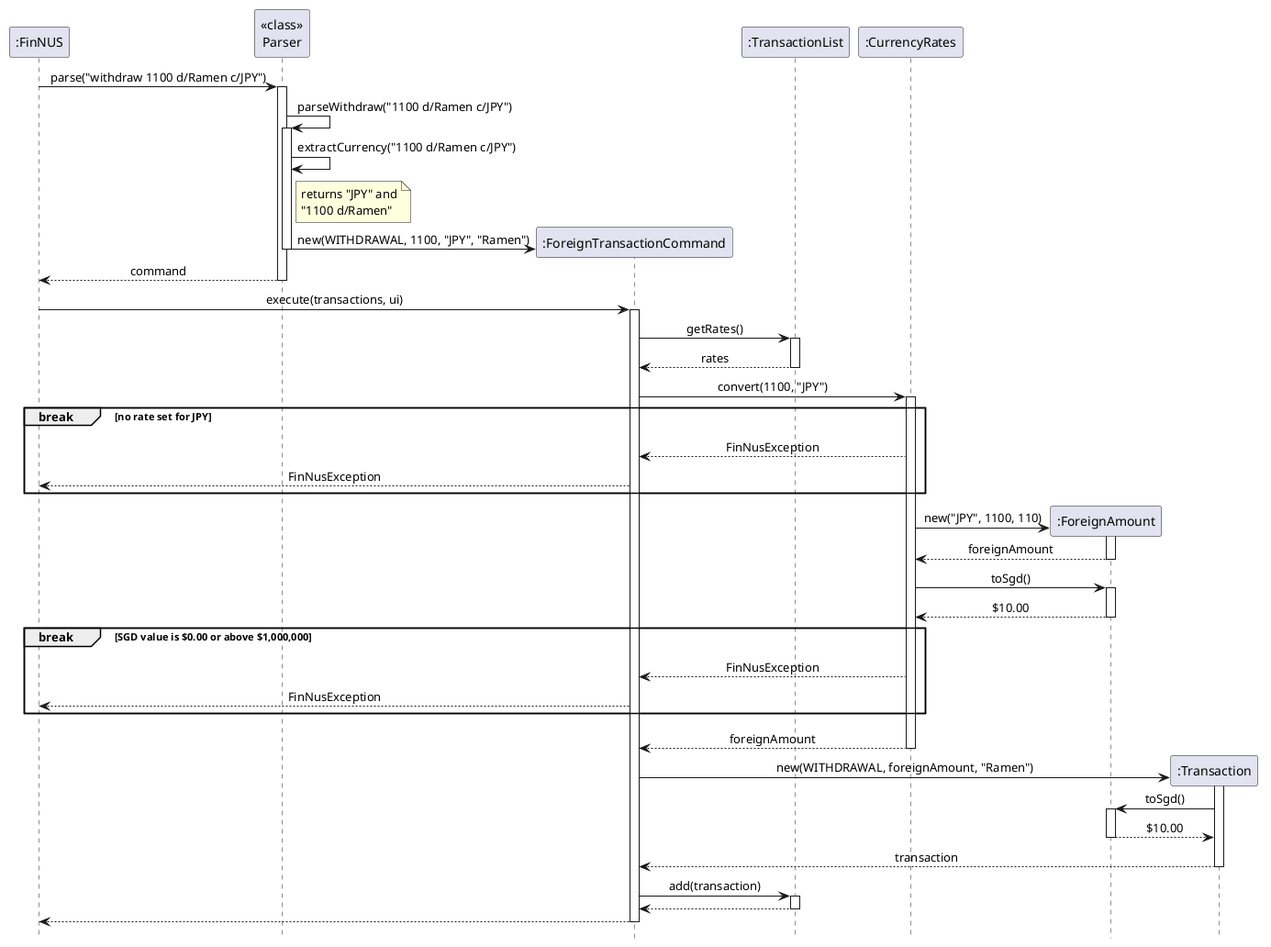
This is docs/images/ForeignTransactionSequenceDiagram.png from AY2627S1-CS2113-W13-2/tp, a PlantUML export, as it was before one commit.
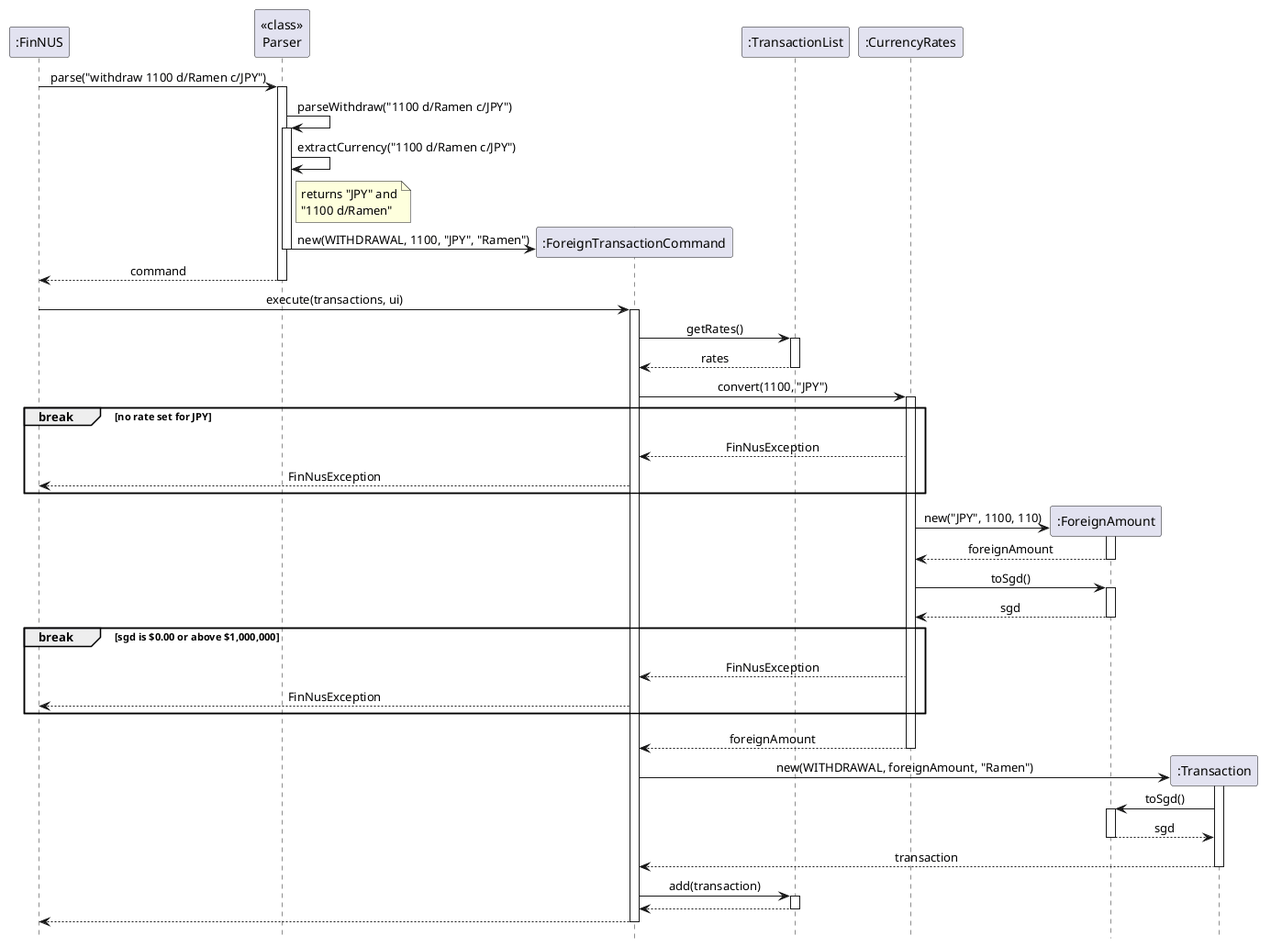
The same diagram one commit later.

Commit message:
Use a variable for the SGD value in the diagram

A fixed $10.00 result could never trigger the range error shown right after it.

Diff of the diagram source:
```diff
@@ -45,10 +45,10 @@
 deactivate ForeignAmount
 CurrencyRates -> ForeignAmount : toSgd()
 activate ForeignAmount
-ForeignAmount --> CurrencyRates : $10.00
+ForeignAmount --> CurrencyRates : sgd
 deactivate ForeignAmount
 
-break SGD value is $0.00 or above $1,000,000
+break sgd is $0.00 or above $1,000,000
     CurrencyRates --> Command : FinNusException
     Command --> FinNUS : FinNusException
 end
@@ -61,7 +61,7 @@
 activate Transaction
 Transaction -> ForeignAmount : toSgd()
 activate ForeignAmount
-ForeignAmount --> Transaction : $10.00
+ForeignAmount --> Transaction : sgd
 deactivate ForeignAmount
 Transaction --> Command : transaction
 deactivate Transaction
```
